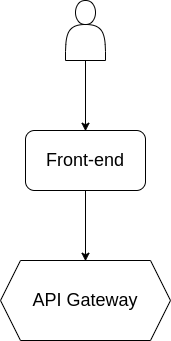
Earlier version of the draw.io export architecture-diagram.png (heyhusen/esteros). Source tidied: cells renumbered, new cells last; positions are measured from the earlier drawing's top-left corner, leaving out a move shared by most shapes. Its diagram source:
```xml
<mxGraphModel>
  <root>
    <mxCell id="0" />
    <mxCell id="1" parent="0" />
    <mxCell id="2" style="shape=actor;whiteSpace=wrap;html=1;" parent="1" vertex="1">
      <mxGeometry x="65" width="40" height="60" as="geometry" />
    </mxCell>
    <mxCell id="3" value="&lt;font style=&quot;font-size: 18px;&quot;&gt;Front-end&lt;/font&gt;" style="rounded=1;whiteSpace=wrap;html=1;" parent="1" vertex="1">
      <mxGeometry x="25" y="130" width="120" height="60" as="geometry" />
    </mxCell>
    <mxCell id="4" value="API Gateway" style="shape=hexagon;perimeter=hexagonPerimeter2;whiteSpace=wrap;html=1;fixedSize=1;fontSize=18;" parent="1" vertex="1">
      <mxGeometry y="260" width="170" height="80" as="geometry" />
    </mxCell>
    <mxCell id="5" style="endArrow=classic;html=1;rounded=0;fontSize=18;" parent="1" edge="1" source="2">
      <mxGeometry relative="1" as="geometry">
        <mxPoint x="85" y="130.7" as="targetPoint" />
      </mxGeometry>
    </mxCell>
    <mxCell id="6" style="endArrow=classic;html=1;rounded=0;fontSize=18;" parent="1" edge="1" source="3">
      <mxGeometry relative="1" as="geometry">
        <mxPoint x="85" y="260.7" as="targetPoint" />
      </mxGeometry>
    </mxCell>
  </root>
</mxGraphModel>
```
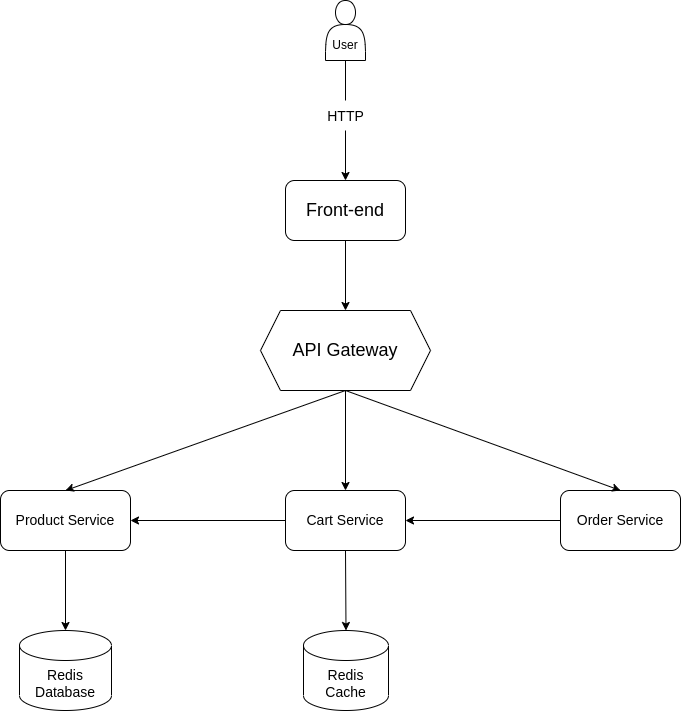
Above is the later version.

Commit message:
chore: update architecture diagram

Diff of the diagram source:
```diff
@@ -2,8 +2,8 @@
   <root>
     <mxCell id="0" />
     <mxCell id="1" parent="0" />
-    <mxCell id="2" style="shape=actor;whiteSpace=wrap;html=1;" parent="1" vertex="1">
-      <mxGeometry x="65" width="40" height="60" as="geometry" />
+    <mxCell id="2" value="&lt;br&gt;&lt;br&gt;User" style="shape=actor;whiteSpace=wrap;html=1;" parent="1" vertex="1">
+      <mxGeometry x="65" y="-50" width="40" height="60" as="geometry" />
     </mxCell>
     <mxCell id="3" value="&lt;font style=&quot;font-size: 18px;&quot;&gt;Front-end&lt;/font&gt;" style="rounded=1;whiteSpace=wrap;html=1;" parent="1" vertex="1">
       <mxGeometry x="25" y="130" width="120" height="60" as="geometry" />
@@ -11,15 +11,53 @@
     <mxCell id="4" value="API Gateway" style="shape=hexagon;perimeter=hexagonPerimeter2;whiteSpace=wrap;html=1;fixedSize=1;fontSize=18;" parent="1" vertex="1">
       <mxGeometry y="260" width="170" height="80" as="geometry" />
     </mxCell>
-    <mxCell id="5" style="endArrow=classic;html=1;rounded=0;fontSize=18;" parent="1" edge="1" source="2">
-      <mxGeometry relative="1" as="geometry">
-        <mxPoint x="85" y="130.7" as="targetPoint" />
-      </mxGeometry>
+    <mxCell id="5" style="endArrow=classic;html=1;rounded=0;fontSize=18;startArrow=none;entryX=0.5;entryY=0;entryDx=0;entryDy=0;" parent="1" edge="1" source="7" target="3">
+      <mxGeometry relative="1" as="geometry" />
     </mxCell>
-    <mxCell id="6" style="endArrow=classic;html=1;rounded=0;fontSize=18;" parent="1" edge="1" source="3">
-      <mxGeometry relative="1" as="geometry">
-        <mxPoint x="85" y="260.7" as="targetPoint" />
-      </mxGeometry>
+    <mxCell id="6" style="endArrow=classic;html=1;rounded=0;fontSize=18;" parent="1" edge="1" source="3" target="4">
+      <mxGeometry relative="1" as="geometry" />
     </mxCell>
+    <mxCell id="7" value="&lt;font style=&quot;font-size: 14px;&quot;&gt;HTTP&lt;/font&gt;" style="text;html=1;align=center;verticalAlign=middle;points=[];strokeColor=none;fillColor=none;fontSize=18;" parent="1" vertex="1">
+      <mxGeometry x="60" y="50" width="50" height="30" as="geometry" />
+    </mxCell>
+    <mxCell id="8" style="endArrow=none;html=1;rounded=0;fontSize=18;" parent="1" edge="1" source="2" target="7">
+      <mxGeometry relative="1" as="geometry" />
+    </mxCell>
+    <mxCell id="9" value="&lt;font style=&quot;font-size: 14px;&quot;&gt;Product Service&lt;/font&gt;" style="rounded=1;whiteSpace=wrap;html=1;" parent="1" vertex="1">
+      <mxGeometry x="-260" y="440" width="130" height="60" as="geometry" />
+    </mxCell>
+    <mxCell id="10" style="endArrow=classic;html=1;rounded=0;fontSize=14;exitX=0.5;exitY=1;exitDx=0;exitDy=0;entryX=0.5;entryY=0;entryDx=0;entryDy=0;" parent="1" edge="1" source="4" target="9">
+      <mxGeometry relative="1" as="geometry" />
+    </mxCell>
+    <mxCell id="11" value="Redis Database" style="shape=cylinder3;whiteSpace=wrap;html=1;boundedLbl=1;backgroundOutline=1;size=15;fontSize=14;" parent="1" vertex="1">
+      <mxGeometry x="-241" y="580" width="92" height="80" as="geometry" />
+    </mxCell>
+    <mxCell id="12" style="endArrow=classic;html=1;rounded=0;fontSize=14;entryX=0.5;entryY=0;entryDx=0;entryDy=0;entryPerimeter=0;exitX=0.5;exitY=1;exitDx=0;exitDy=0;" parent="1" edge="1" source="9" target="11">
+      <mxGeometry relative="1" as="geometry" />
+    </mxCell>
+    <mxCell id="13" value="&lt;font style=&quot;font-size: 14px;&quot;&gt;Cart Service&lt;/font&gt;" style="rounded=1;whiteSpace=wrap;html=1;" parent="1" vertex="1">
+      <mxGeometry x="25" y="440" width="120" height="60" as="geometry" />
+    </mxCell>
+    <mxCell id="14" style="endArrow=classic;html=1;rounded=0;fontSize=14;entryX=0.5;entryY=0;entryDx=0;entryDy=0;exitX=0.5;exitY=1;exitDx=0;exitDy=0;" parent="1" edge="1" source="4" target="13">
+      <mxGeometry relative="1" as="geometry" />
+    </mxCell>
+    <mxCell id="15" value="Redis&lt;br&gt;Cache" style="shape=cylinder3;whiteSpace=wrap;html=1;boundedLbl=1;backgroundOutline=1;size=15;fontSize=14;" parent="1" vertex="1">
+      <mxGeometry x="43" y="580" width="85" height="80" as="geometry" />
+    </mxCell>
+    <mxCell id="16" style="endArrow=classic;html=1;rounded=0;fontSize=14;entryX=1;entryY=0.5;entryDx=0;entryDy=0;exitX=0;exitY=0.5;exitDx=0;exitDy=0;" parent="1" edge="1" source="13" target="9">
+      <mxGeometry relative="1" as="geometry" />
+    </mxCell>
+    <mxCell id="17" style="endArrow=classic;html=1;rounded=0;fontSize=14;entryX=0.5;entryY=0;entryDx=0;entryDy=0;entryPerimeter=0;exitX=0.5;exitY=1;exitDx=0;exitDy=0;" parent="1" edge="1" source="13" target="15">
+      <mxGeometry relative="1" as="geometry" />
+    </mxCell>
+    <mxCell id="18" value="Order Service" style="rounded=1;whiteSpace=wrap;html=1;fontSize=14;" parent="1" vertex="1">
+      <mxGeometry x="300" y="440" width="120" height="60" as="geometry" />
+    </mxCell>
+    <mxCell id="19" style="endArrow=classic;html=1;rounded=0;fontSize=14;entryX=0.5;entryY=0;entryDx=0;entryDy=0;exitX=0.5;exitY=1;exitDx=0;exitDy=0;" parent="1" edge="1" source="4" target="18">
+      <mxGeometry relative="1" as="geometry" />
+    </mxCell>
+    <mxCell id="20" style="endArrow=classic;html=1;rounded=0;fontSize=14;entryX=1;entryY=0.5;entryDx=0;entryDy=0;exitX=0;exitY=0.5;exitDx=0;exitDy=0;" parent="1" edge="1" source="18" target="13">
+      <mxGeometry relative="1" as="geometry" />
+    </mxCell>
   </root>
 </mxGraphModel>
```
